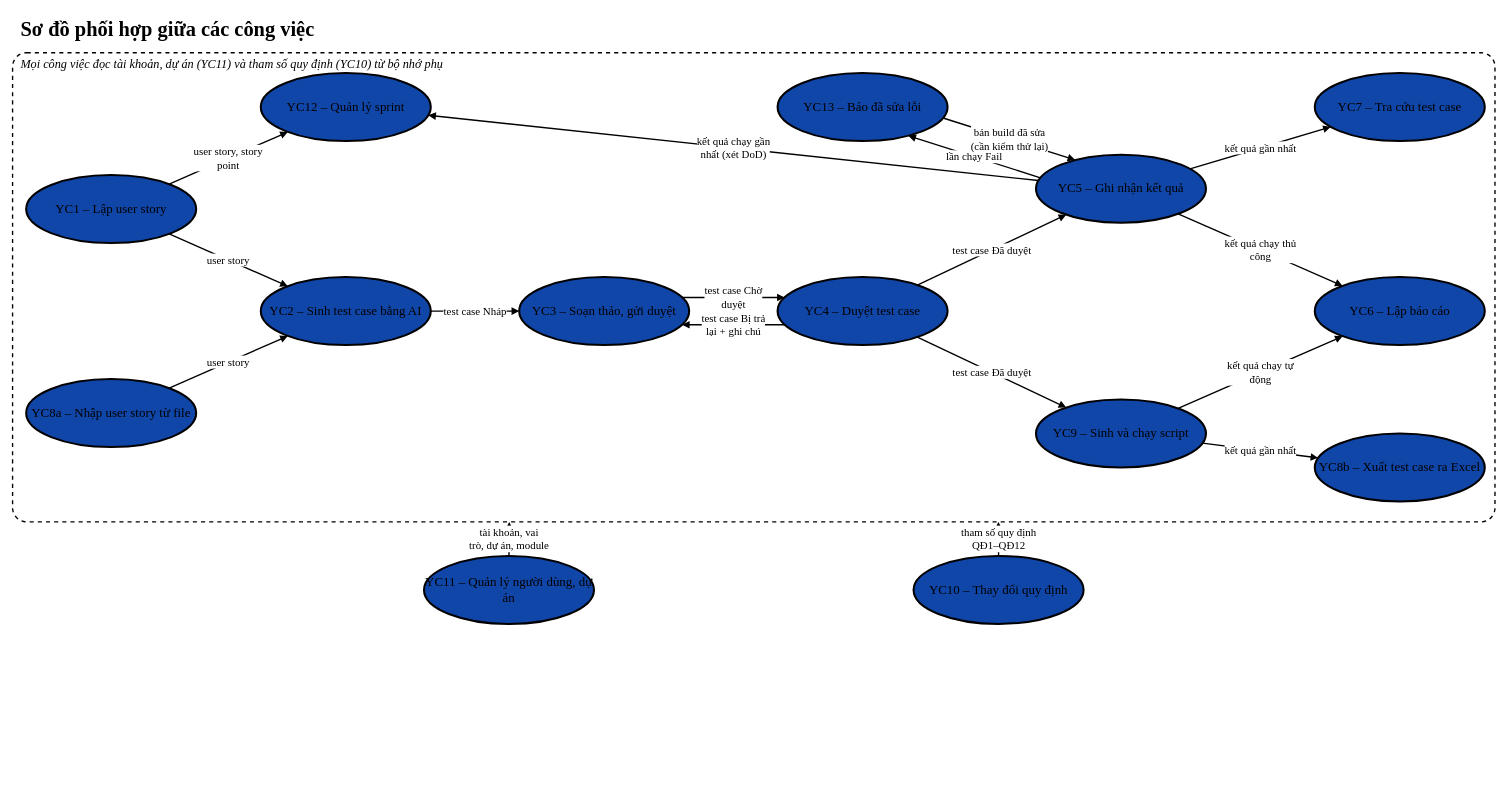
quangphuoc73/Phan_Mem_Quan_Ly_Test_Cases keeps this draw.io diagram as docs/dfd/PhoiHop_CacCongViec.drawio. Above is the earlier version. Source tidied: cells renumbered, new cells numbered last; positions are measured from the earlier drawing's top-left corner, leaving out a move shared by most shapes. Both pictures are drawn from the tidied source at 68%, with x=0, y=0 at pixel (12, 12).
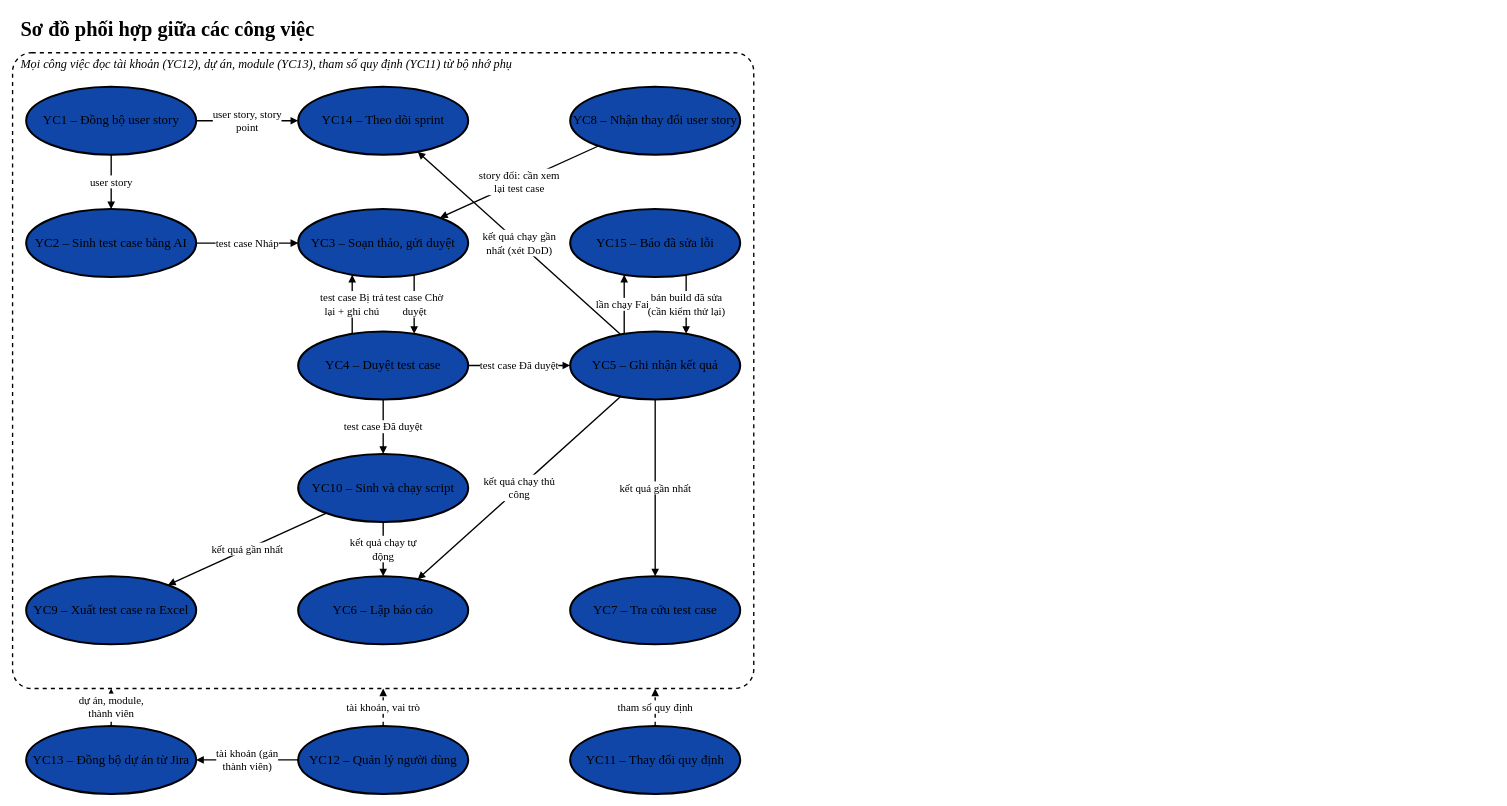
After the change.

Change to the diagram source:
```diff
@@
-    <mxCell id="3" value="Mọi công việc đọc tài khoản, dự án (YC11) và tham số quy định (YC10) từ bộ nhớ phụ" style="rounded=1;arcSize=3;whiteSpace=wrap;html=1;fillColor=none;dashed=1;strokeWidth=2;verticalAlign=top;align=left;spacingLeft=10;fontFamily=Times New Roman;fontSize=18;fontStyle=2;" parent="1" vertex="1">
-      <mxGeometry y="60" width="2180" height="690" as="geometry" />
+    <mxCell id="3" value="Mọi công việc đọc tài khoản (YC12), dự án, module (YC13), tham số quy định (YC11) từ bộ nhớ phụ" style="rounded=1;arcSize=3;whiteSpace=wrap;html=1;fillColor=none;dashed=1;strokeWidth=2;verticalAlign=top;align=left;spacingLeft=10;fontFamily=Times New Roman;fontSize=18;fontStyle=2;" parent="1" vertex="1">
+      <mxGeometry y="60" width="1090" height="935" as="geometry" />
     </mxCell>
-    <mxCell id="4" value="YC1 – Lập user story" style="ellipse;whiteSpace=wrap;html=1;fillColor=#1046A8;strokeColor=#000000;strokeWidth=3;fontFamily=Times New Roman;fontSize=19;fontColor=#000000;" parent="1" vertex="1">
-      <mxGeometry x="20" y="240" width="250" height="100" as="geometry" />
+    <mxCell id="4" value="YC1 – Đồng bộ user story" style="ellipse;whiteSpace=wrap;html=1;fillColor=#1046A8;strokeColor=#000000;strokeWidth=3;fontFamily=Times New Roman;fontSize=19;fontColor=#000000;" parent="1" vertex="1">
+      <mxGeometry x="20" y="110" width="250" height="100" as="geometry" />
     </mxCell>
-    <mxCell id="5" value="YC8a – Nhập user story từ file" style="ellipse;whiteSpace=wrap;html=1;fillColor=#1046A8;strokeColor=#000000;strokeWidth=3;fontFamily=Times New Roman;fontSize=19;fontColor=#000000;" parent="1" vertex="1">
-      <mxGeometry x="20" y="540" width="250" height="100" as="geometry" />
+    <mxCell id="5" value="YC14 – Theo dõi sprint" style="ellipse;whiteSpace=wrap;html=1;fillColor=#1046A8;strokeColor=#000000;strokeWidth=3;fontFamily=Times New Roman;fontSize=19;fontColor=#000000;" parent="1" vertex="1">
+      <mxGeometry x="420" y="110" width="250" height="100" as="geometry" />
     </mxCell>
-    <mxCell id="6" value="YC12 – Quản lý sprint" style="ellipse;whiteSpace=wrap;html=1;fillColor=#1046A8;strokeColor=#000000;strokeWidth=3;fontFamily=Times New Roman;fontSize=19;fontColor=#000000;" parent="1" vertex="1">
-      <mxGeometry x="365" y="90" width="250" height="100" as="geometry" />
+    <mxCell id="6" value="YC8 – Nhận thay đổi user story" style="ellipse;whiteSpace=wrap;html=1;fillColor=#1046A8;strokeColor=#000000;strokeWidth=3;fontFamily=Times New Roman;fontSize=19;fontColor=#000000;" parent="1" vertex="1">
+      <mxGeometry x="820" y="110" width="250" height="100" as="geometry" />
     </mxCell>
     <mxCell id="7" value="YC2 – Sinh test case bằng AI" style="ellipse;whiteSpace=wrap;html=1;fillColor=#1046A8;strokeColor=#000000;strokeWidth=3;fontFamily=Times New Roman;fontSize=19;fontColor=#000000;" parent="1" vertex="1">
-      <mxGeometry x="365" y="390" width="250" height="100" as="geometry" />
+      <mxGeometry x="20" y="290" width="250" height="100" as="geometry" />
     </mxCell>
     <mxCell id="8" value="YC3 – Soạn thảo, gửi duyệt" style="ellipse;whiteSpace=wrap;html=1;fillColor=#1046A8;strokeColor=#000000;strokeWidth=3;fontFamily=Times New Roman;fontSize=19;fontColor=#000000;" parent="1" vertex="1">
-      <mxGeometry x="745" y="390" width="250" height="100" as="geometry" />
+      <mxGeometry x="420" y="290" width="250" height="100" as="geometry" />
     </mxCell>
-    <mxCell id="9" value="YC4 – Duyệt test case" style="ellipse;whiteSpace=wrap;html=1;fillColor=#1046A8;strokeColor=#000000;strokeWidth=3;fontFamily=Times New Roman;fontSize=19;fontColor=#000000;" parent="1" vertex="1">
-      <mxGeometry x="1125" y="390" width="250" height="100" as="geometry" />
+    <mxCell id="9" value="YC15 – Báo đã sửa lỗi" style="ellipse;whiteSpace=wrap;html=1;fillColor=#1046A8;strokeColor=#000000;strokeWidth=3;fontFamily=Times New Roman;fontSize=19;fontColor=#000000;" parent="1" vertex="1">
+      <mxGeometry x="820" y="290" width="250" height="100" as="geometry" />
     </mxCell>
-    <mxCell id="10" value="YC5 – Ghi nhận kết quả" style="ellipse;whiteSpace=wrap;html=1;fillColor=#1046A8;strokeColor=#000000;strokeWidth=3;fontFamily=Times New Roman;fontSize=19;fontColor=#000000;" parent="1" vertex="1">
-      <mxGeometry x="1505" y="210" width="250" height="100" as="geometry" />
+    <mxCell id="10" value="YC4 – Duyệt test case" style="ellipse;whiteSpace=wrap;html=1;fillColor=#1046A8;strokeColor=#000000;strokeWidth=3;fontFamily=Times New Roman;fontSize=19;fontColor=#000000;" parent="1" vertex="1">
+      <mxGeometry x="420" y="470" width="250" height="100" as="geometry" />
     </mxCell>
-    <mxCell id="11" value="YC13 – Báo đã sửa lỗi" style="ellipse;whiteSpace=wrap;html=1;fillColor=#1046A8;strokeColor=#000000;strokeWidth=3;fontFamily=Times New Roman;fontSize=19;fontColor=#000000;" parent="1" vertex="1">
-      <mxGeometry x="1125" y="90" width="250" height="100" as="geometry" />
+    <mxCell id="11" value="YC5 – Ghi nhận kết quả" style="ellipse;whiteSpace=wrap;html=1;fillColor=#1046A8;strokeColor=#000000;strokeWidth=3;fontFamily=Times New Roman;fontSize=19;fontColor=#000000;" parent="1" vertex="1">
+      <mxGeometry x="820" y="470" width="250" height="100" as="geometry" />
     </mxCell>
-    <mxCell id="12" value="YC9 – Sinh và chạy script" style="ellipse;whiteSpace=wrap;html=1;fillColor=#1046A8;strokeColor=#000000;strokeWidth=3;fontFamily=Times New Roman;fontSize=19;fontColor=#000000;" parent="1" vertex="1">
-      <mxGeometry x="1505" y="570" width="250" height="100" as="geometry" />
+    <mxCell id="12" value="YC10 – Sinh và chạy script" style="ellipse;whiteSpace=wrap;html=1;fillColor=#1046A8;strokeColor=#000000;strokeWidth=3;fontFamily=Times New Roman;fontSize=19;fontColor=#000000;" parent="1" vertex="1">
+      <mxGeometry x="420" y="650" width="250" height="100" as="geometry" />
     </mxCell>
-    <mxCell id="13" value="YC7 – Tra cứu test case" style="ellipse;whiteSpace=wrap;html=1;fillColor=#1046A8;strokeColor=#000000;strokeWidth=3;fontFamily=Times New Roman;fontSize=19;fontColor=#000000;" parent="1" vertex="1">
-      <mxGeometry x="1915" y="90" width="250" height="100" as="geometry" />
+    <mxCell id="13" value="YC9 – Xuất test case ra Excel" style="ellipse;whiteSpace=wrap;html=1;fillColor=#1046A8;strokeColor=#000000;strokeWidth=3;fontFamily=Times New Roman;fontSize=19;fontColor=#000000;" parent="1" vertex="1">
+      <mxGeometry x="20" y="830" width="250" height="100" as="geometry" />
     </mxCell>
     <mxCell id="14" value="YC6 – Lập báo cáo" style="ellipse;whiteSpace=wrap;html=1;fillColor=#1046A8;strokeColor=#000000;strokeWidth=3;fontFamily=Times New Roman;fontSize=19;fontColor=#000000;" parent="1" vertex="1">
-      <mxGeometry x="1915" y="390" width="250" height="100" as="geometry" />
+      <mxGeometry x="420" y="830" width="250" height="100" as="geometry" />
     </mxCell>
-    <mxCell id="15" value="YC8b – Xuất test case ra Excel" style="ellipse;whiteSpace=wrap;html=1;fillColor=#1046A8;strokeColor=#000000;strokeWidth=3;fontFamily=Times New Roman;fontSize=19;fontColor=#000000;" parent="1" vertex="1">
-      <mxGeometry x="1915" y="620" width="250" height="100" as="geometry" />
+    <mxCell id="15" value="YC7 – Tra cứu test case" style="ellipse;whiteSpace=wrap;html=1;fillColor=#1046A8;strokeColor=#000000;strokeWidth=3;fontFamily=Times New Roman;fontSize=19;fontColor=#000000;" parent="1" vertex="1">
+      <mxGeometry x="820" y="830" width="250" height="100" as="geometry" />
     </mxCell>
-    <mxCell id="16" value="YC11 – Quản lý người dùng, dự án" style="ellipse;whiteSpace=wrap;html=1;fillColor=#1046A8;strokeColor=#000000;strokeWidth=3;fontFamily=Times New Roman;fontSize=19;fontColor=#000000;" parent="1" vertex="1">
-      <mxGeometry x="605" y="800" width="250" height="100" as="geometry" />
+    <mxCell id="16" value="YC13 – Đồng bộ dự án từ Jira" style="ellipse;whiteSpace=wrap;html=1;fillColor=#1046A8;strokeColor=#000000;strokeWidth=3;fontFamily=Times New Roman;fontSize=19;fontColor=#000000;" parent="1" vertex="1">
+      <mxGeometry x="20" y="1050" width="250" height="100" as="geometry" />
     </mxCell>
-    <mxCell id="17" value="YC10 – Thay đổi quy định" style="ellipse;whiteSpace=wrap;html=1;fillColor=#1046A8;strokeColor=#000000;strokeWidth=3;fontFamily=Times New Roman;fontSize=19;fontColor=#000000;" parent="1" vertex="1">
-      <mxGeometry x="1325" y="800" width="250" height="100" as="geometry" />
+    <mxCell id="17" value="YC12 – Quản lý người dùng" style="ellipse;whiteSpace=wrap;html=1;fillColor=#1046A8;strokeColor=#000000;strokeWidth=3;fontFamily=Times New Roman;fontSize=19;fontColor=#000000;" parent="1" vertex="1">
+      <mxGeometry x="420" y="1050" width="250" height="100" as="geometry" />
     </mxCell>
-    <mxCell id="18" value="user story" style="endArrow=block;endFill=1;html=1;strokeWidth=2;fontFamily=Times New Roman;fontSize=16;labelBackgroundColor=#FFFFFF;exitX=0.839;exitY=0.868;entryX=0.161;entryY=0.132;" parent="1" edge="1" source="4" target="7">
-      <mxGeometry relative="1" as="geometry" />
+    <mxCell id="18" value="YC11 – Thay đổi quy định" style="ellipse;whiteSpace=wrap;html=1;fillColor=#1046A8;strokeColor=#000000;strokeWidth=3;fontFamily=Times New Roman;fontSize=19;fontColor=#000000;" parent="1" vertex="1">
+      <mxGeometry x="820" y="1050" width="250" height="100" as="geometry" />
     </mxCell>
-    <mxCell id="19" value="user story" style="endArrow=block;endFill=1;html=1;strokeWidth=2;fontFamily=Times New Roman;fontSize=16;labelBackgroundColor=#FFFFFF;exitX=0.839;exitY=0.132;entryX=0.161;entryY=0.868;" parent="1" edge="1" source="5" target="7">
+    <mxCell id="19" value="user story" style="endArrow=block;endFill=1;html=1;strokeWidth=2;fontFamily=Times New Roman;fontSize=16;labelBackgroundColor=#FFFFFF;exitX=0.500;exitY=1.000;entryX=0.500;entryY=0.000;" parent="1" edge="1" source="4" target="7">
       <mxGeometry relative="1" as="geometry" />
     </mxCell>
-    <mxCell id="20" value="user story, story&lt;br&gt;point" style="endArrow=block;endFill=1;html=1;strokeWidth=2;fontFamily=Times New Roman;fontSize=16;labelBackgroundColor=#FFFFFF;exitX=0.839;exitY=0.132;entryX=0.161;entryY=0.868;" parent="1" edge="1" source="4" target="6">
+    <mxCell id="20" value="story đổi: cần xem&lt;br&gt;lại test case" style="endArrow=block;endFill=1;html=1;strokeWidth=2;fontFamily=Times New Roman;fontSize=16;labelBackgroundColor=#FFFFFF;exitX=0.168;exitY=0.874;entryX=0.832;entryY=0.126;" parent="1" edge="1" source="6" target="8">
       <mxGeometry relative="1" as="geometry" />
     </mxCell>
-    <mxCell id="21" value="test case Nháp" style="endArrow=block;endFill=1;html=1;strokeWidth=2;fontFamily=Times New Roman;fontSize=16;labelBackgroundColor=#FFFFFF;exitX=1.000;exitY=0.500;entryX=0.000;entryY=0.500;" parent="1" edge="1" source="7" target="8">
+    <mxCell id="21" value="tài khoản (gán&lt;br&gt;thành viên)" style="endArrow=block;endFill=1;html=1;strokeWidth=2;fontFamily=Times New Roman;fontSize=16;labelBackgroundColor=#FFFFFF;exitX=0.000;exitY=0.500;entryX=1.000;entryY=0.500;" parent="1" edge="1" source="17" target="16">
       <mxGeometry relative="1" as="geometry" />
     </mxCell>
-    <mxCell id="22" value="test case Chờ&lt;br&gt;duyệt" style="endArrow=block;endFill=1;html=1;strokeWidth=2;fontFamily=Times New Roman;fontSize=16;labelBackgroundColor=#FFFFFF;exitX=0.958;exitY=0.300;entryX=0.042;entryY=0.300;" parent="1" edge="1" source="8" target="9">
+    <mxCell id="22" value="user story, story&lt;br&gt;point" style="endArrow=block;endFill=1;html=1;strokeWidth=2;fontFamily=Times New Roman;fontSize=16;labelBackgroundColor=#FFFFFF;exitX=1.000;exitY=0.500;entryX=0.000;entryY=0.500;" parent="1" edge="1" source="4" target="5">
       <mxGeometry relative="1" as="geometry" />
     </mxCell>
-    <mxCell id="23" value="test case Bị trả&lt;br&gt;lại + ghi chú" style="endArrow=block;endFill=1;html=1;strokeWidth=2;fontFamily=Times New Roman;fontSize=16;labelBackgroundColor=#FFFFFF;exitX=0.042;exitY=0.700;entryX=0.958;entryY=0.700;" parent="1" edge="1" source="9" target="8">
+    <mxCell id="23" value="test case Nháp" style="endArrow=block;endFill=1;html=1;strokeWidth=2;fontFamily=Times New Roman;fontSize=16;labelBackgroundColor=#FFFFFF;exitX=1.000;exitY=0.500;entryX=0.000;entryY=0.500;" parent="1" edge="1" source="7" target="8">
       <mxGeometry relative="1" as="geometry" />
     </mxCell>
-    <mxCell id="24" value="test case Đã duyệt" style="endArrow=block;endFill=1;html=1;strokeWidth=2;fontFamily=Times New Roman;fontSize=16;labelBackgroundColor=#FFFFFF;exitX=0.823;exitY=0.118;entryX=0.177;entryY=0.882;" parent="1" edge="1" source="9" target="10">
+    <mxCell id="24" value="test case Chờ&lt;br&gt;duyệt" style="endArrow=block;endFill=1;html=1;strokeWidth=2;fontFamily=Times New Roman;fontSize=16;labelBackgroundColor=#FFFFFF;exitX=0.680;exitY=0.966;entryX=0.680;entryY=0.034;" parent="1" edge="1" source="8" target="10">
       <mxGeometry relative="1" as="geometry" />
     </mxCell>
-    <mxCell id="25" value="test case Đã duyệt" style="endArrow=block;endFill=1;html=1;strokeWidth=2;fontFamily=Times New Roman;fontSize=16;labelBackgroundColor=#FFFFFF;exitX=0.823;exitY=0.882;entryX=0.177;entryY=0.118;" parent="1" edge="1" source="9" target="12">
+    <mxCell id="25" value="test case Bị trả&lt;br&gt;lại + ghi chú" style="endArrow=block;endFill=1;html=1;strokeWidth=2;fontFamily=Times New Roman;fontSize=16;labelBackgroundColor=#FFFFFF;exitX=0.320;exitY=0.034;entryX=0.320;entryY=0.966;" parent="1" edge="1" source="10" target="8">
       <mxGeometry relative="1" as="geometry" />
     </mxCell>
-    <mxCell id="26" value="lần chạy Fail" style="endArrow=block;endFill=1;html=1;strokeWidth=2;fontFamily=Times New Roman;fontSize=16;labelBackgroundColor=#FFFFFF;exitX=0.027;exitY=0.337;entryX=0.769;entryY=0.922;" parent="1" edge="1" source="10" target="11">
+    <mxCell id="26" value="test case Đã duyệt" style="endArrow=block;endFill=1;html=1;strokeWidth=2;fontFamily=Times New Roman;fontSize=16;labelBackgroundColor=#FFFFFF;exitX=1.000;exitY=0.500;entryX=0.000;entryY=0.500;" parent="1" edge="1" source="10" target="11">
       <mxGeometry relative="1" as="geometry" />
     </mxCell>
-    <mxCell id="27" value="bản build đã sửa&lt;br&gt;(cần kiểm thử lại)" style="endArrow=block;endFill=1;html=1;strokeWidth=2;fontFamily=Times New Roman;fontSize=16;labelBackgroundColor=#FFFFFF;exitX=0.973;exitY=0.663;entryX=0.231;entryY=0.078;" parent="1" edge="1" source="11" target="10">
+    <mxCell id="27" value="test case Đã duyệt" style="endArrow=block;endFill=1;html=1;strokeWidth=2;fontFamily=Times New Roman;fontSize=16;labelBackgroundColor=#FFFFFF;exitX=0.500;exitY=1.000;entryX=0.500;entryY=0.000;" parent="1" edge="1" source="10" target="12">
       <mxGeometry relative="1" as="geometry" />
     </mxCell>
-    <mxCell id="28" value="kết quả chạy gần&lt;br&gt;nhất (xét DoD)" style="endArrow=block;endFill=1;html=1;strokeWidth=2;fontFamily=Times New Roman;fontSize=16;labelBackgroundColor=#FFFFFF;exitX=0.016;exitY=0.373;entryX=0.984;entryY=0.627;" parent="1" edge="1" source="10" target="6">
+    <mxCell id="28" value="lần chạy Fail" style="endArrow=block;endFill=1;html=1;strokeWidth=2;fontFamily=Times New Roman;fontSize=16;labelBackgroundColor=#FFFFFF;exitX=0.320;exitY=0.034;entryX=0.320;entryY=0.966;" parent="1" edge="1" source="11" target="9">
       <mxGeometry relative="1" as="geometry" />
     </mxCell>
-    <mxCell id="29" value="kết quả gần nhất" style="endArrow=block;endFill=1;html=1;strokeWidth=2;fontFamily=Times New Roman;fontSize=16;labelBackgroundColor=#FFFFFF;exitX=0.904;exitY=0.205;entryX=0.096;entryY=0.795;" parent="1" edge="1" source="10" target="13">
+    <mxCell id="29" value="bản build đã sửa&lt;br&gt;(cần kiểm thử lại)" style="endArrow=block;endFill=1;html=1;strokeWidth=2;fontFamily=Times New Roman;fontSize=16;labelBackgroundColor=#FFFFFF;exitX=0.680;exitY=0.966;entryX=0.680;entryY=0.034;" parent="1" edge="1" source="9" target="11">
       <mxGeometry relative="1" as="geometry" />
     </mxCell>
-    <mxCell id="30" value="kết quả chạy thủ&lt;br&gt;công" style="endArrow=block;endFill=1;html=1;strokeWidth=2;fontFamily=Times New Roman;fontSize=16;labelBackgroundColor=#FFFFFF;exitX=0.837;exitY=0.870;entryX=0.163;entryY=0.130;" parent="1" edge="1" source="10" target="14">
+    <mxCell id="30" value="kết quả chạy gần&lt;br&gt;nhất (xét DoD)" style="endArrow=block;endFill=1;html=1;strokeWidth=2;fontFamily=Times New Roman;fontSize=16;labelBackgroundColor=#FFFFFF;exitX=0.297;exitY=0.043;entryX=0.703;entryY=0.957;" parent="1" edge="1" source="11" target="5">
       <mxGeometry relative="1" as="geometry" />
     </mxCell>
-    <mxCell id="31" value="kết quả chạy tự&lt;br&gt;động" style="endArrow=block;endFill=1;html=1;strokeWidth=2;fontFamily=Times New Roman;fontSize=16;labelBackgroundColor=#FFFFFF;exitX=0.837;exitY=0.130;entryX=0.163;entryY=0.870;" parent="1" edge="1" source="12" target="14">
+    <mxCell id="31" value="kết quả gần nhất" style="endArrow=block;endFill=1;html=1;strokeWidth=2;fontFamily=Times New Roman;fontSize=16;labelBackgroundColor=#FFFFFF;exitX=0.500;exitY=1.000;entryX=0.500;entryY=0.000;" parent="1" edge="1" source="11" target="15">
       <mxGeometry relative="1" as="geometry" />
     </mxCell>
-    <mxCell id="32" value="kết quả gần nhất" style="endArrow=block;endFill=1;html=1;strokeWidth=2;fontFamily=Times New Roman;fontSize=16;labelBackgroundColor=#FFFFFF;exitX=0.978;exitY=0.646;entryX=0.022;entryY=0.354;" parent="1" edge="1" source="12" target="15">
+    <mxCell id="32" value="kết quả chạy thủ&lt;br&gt;công" style="endArrow=block;endFill=1;html=1;strokeWidth=2;fontFamily=Times New Roman;fontSize=16;labelBackgroundColor=#FFFFFF;exitX=0.297;exitY=0.957;entryX=0.703;entryY=0.043;" parent="1" edge="1" source="11" target="14">
       <mxGeometry relative="1" as="geometry" />
     </mxCell>
-    <mxCell id="33" value="tài khoản, vai&lt;br&gt;trò, dự án, module" style="endArrow=block;endFill=1;html=1;strokeWidth=2;dashed=1;fontFamily=Times New Roman;fontSize=16;labelBackgroundColor=#FFFFFF;exitX=0.500;exitY=0.000;entryX=0.335;entryY=1.000;" parent="1" edge="1" source="16" target="3">
+    <mxCell id="33" value="kết quả chạy tự&lt;br&gt;động" style="endArrow=block;endFill=1;html=1;strokeWidth=2;fontFamily=Times New Roman;fontSize=16;labelBackgroundColor=#FFFFFF;exitX=0.500;exitY=1.000;entryX=0.500;entryY=0.000;" parent="1" edge="1" source="12" target="14">
       <mxGeometry relative="1" as="geometry" />
     </mxCell>
-    <mxCell id="34" value="tham số quy định&lt;br&gt;QĐ1–QĐ12" style="endArrow=block;endFill=1;html=1;strokeWidth=2;dashed=1;fontFamily=Times New Roman;fontSize=16;labelBackgroundColor=#FFFFFF;exitX=0.500;exitY=0.000;entryX=0.665;entryY=1.000;" parent="1" edge="1" source="17" target="3">
+    <mxCell id="34" value="kết quả gần nhất" style="endArrow=block;endFill=1;html=1;strokeWidth=2;fontFamily=Times New Roman;fontSize=16;labelBackgroundColor=#FFFFFF;exitX=0.168;exitY=0.874;entryX=0.832;entryY=0.126;" parent="1" edge="1" source="12" target="13">
       <mxGeometry relative="1" as="geometry" />
     </mxCell>
+    <mxCell id="35" value="dự án, module,&lt;br&gt;thành viên" style="endArrow=block;endFill=1;html=1;strokeWidth=2;dashed=1;fontFamily=Times New Roman;fontSize=16;labelBackgroundColor=#FFFFFF;exitX=0.500;exitY=0.000;entryX=0.133;entryY=1.000;" parent="1" edge="1" source="16" target="3">
+      <mxGeometry relative="1" as="geometry" />
+    </mxCell>
+    <mxCell id="36" value="tài khoản, vai trò" style="endArrow=block;endFill=1;html=1;strokeWidth=2;dashed=1;fontFamily=Times New Roman;fontSize=16;labelBackgroundColor=#FFFFFF;exitX=0.500;exitY=0.000;entryX=0.500;entryY=1.000;" parent="1" edge="1" source="17" target="3">
+      <mxGeometry relative="1" as="geometry" />
+    </mxCell>
+    <mxCell id="37" value="tham số quy định" style="endArrow=block;endFill=1;html=1;strokeWidth=2;dashed=1;fontFamily=Times New Roman;fontSize=16;labelBackgroundColor=#FFFFFF;exitX=0.500;exitY=0.000;entryX=0.867;entryY=1.000;" parent="1" edge="1" source="18" target="3">
+      <mxGeometry relative="1" as="geometry" />
+    </mxCell>
```
